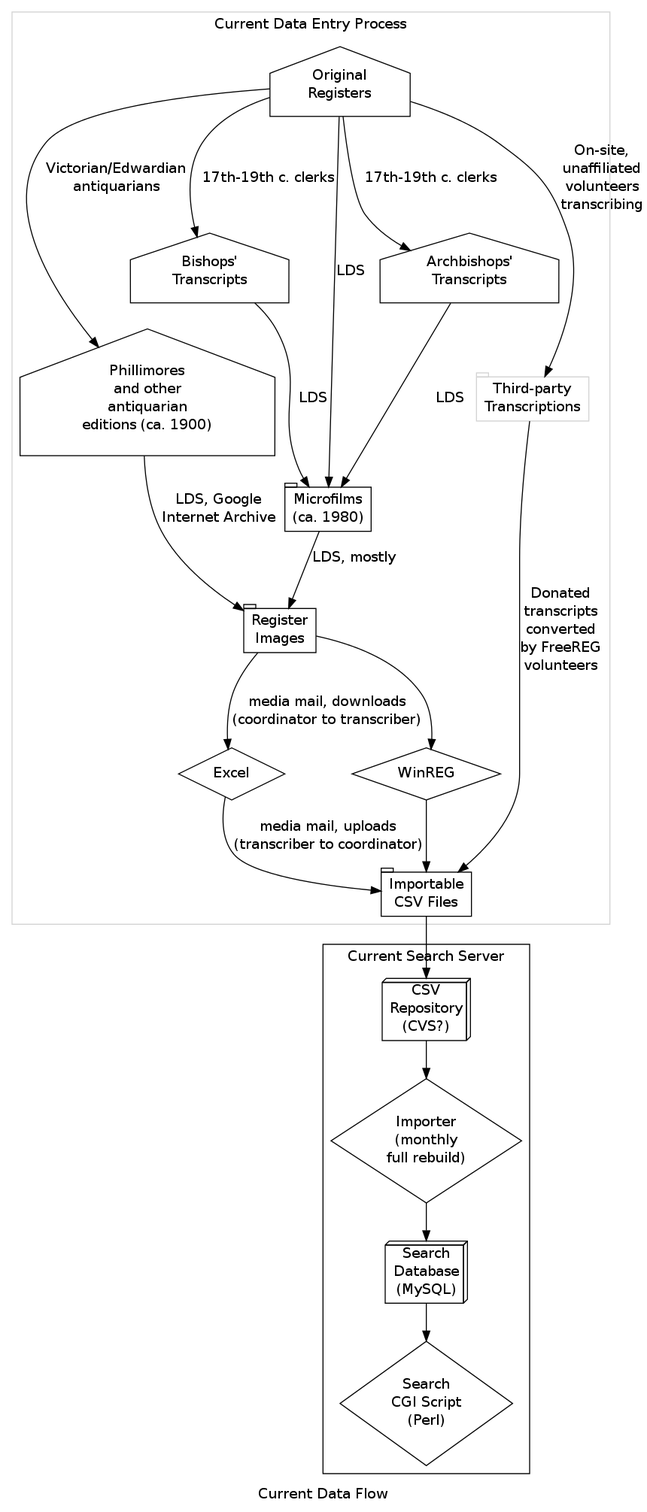
FreeUKGen/MyopicVicar keeps this Graphviz diagram as doc/design/data_flow/approach/current2.png. Above is the earlier version. Its source is kept beside it as doc/design/data_flow/approach/current2.dot.
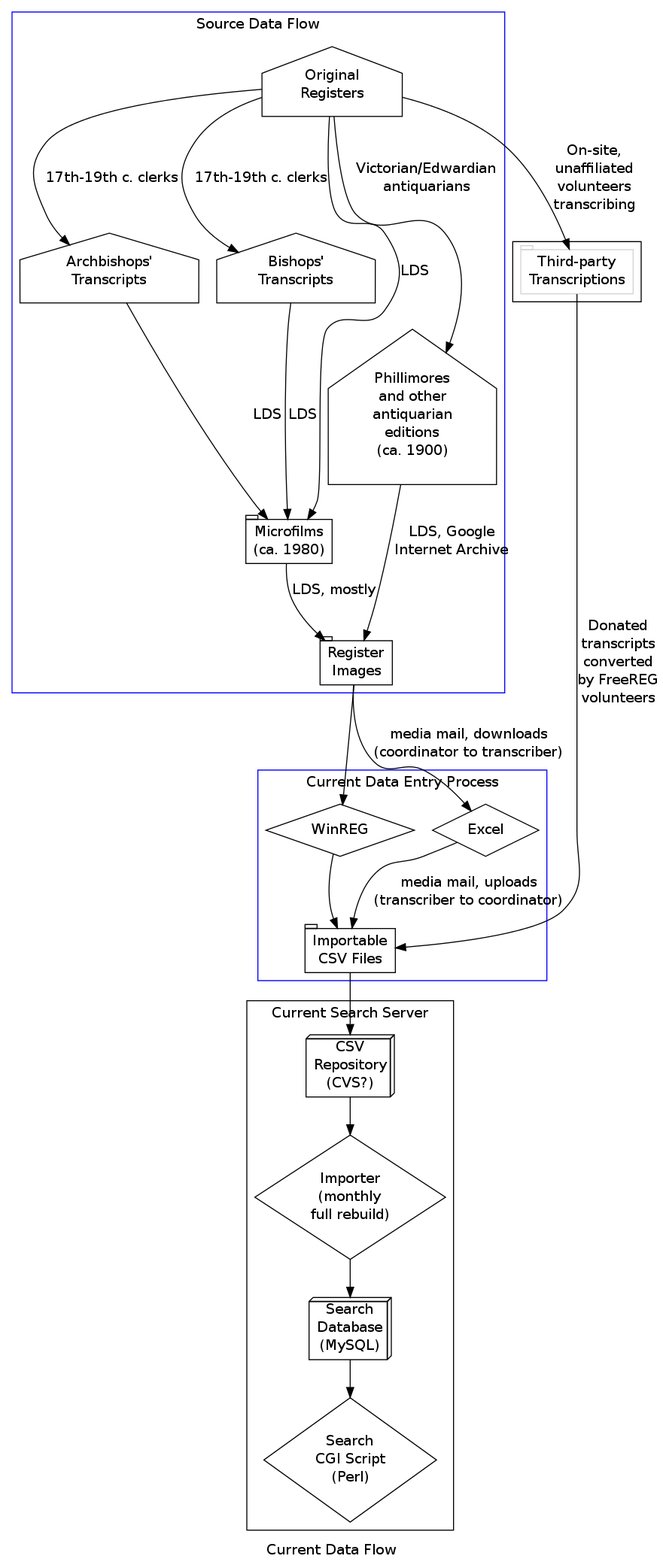
The same file after the commit.

Commit message:
Made dataflow more accurate

The edit, as a diff of the source:
```diff
@@ -3,14 +3,12 @@
 
 
 	subgraph cluster_2 {
-		color=lightgrey;
+		color=blue;
 
 		registers [label="Original\nRegisters",shape="house"];
 		bt_registers [label="Bishops'\nTranscripts",shape="house"];
 		at_registers [label="Archbishops'\nTranscripts",shape="house"];
-		phillimores [label="Phillimores\nand other\nantiquarian\neditions (ca. 1900)",shape="house"];
-		externaltranscripts [label="Third-party\nTranscriptions",shape="tab",color=lightgrey];
-		registers->externaltranscripts [label="On-site,\nunaffiliated\nvolunteers\ntranscribing"];
+		phillimores [label="Phillimores\nand other\nantiquarian\neditions\n(ca. 1900)",shape="house"];
 		registers->phillimores [label="Victorian/Edwardian\nantiquarians"];
 		registers->bt_registers [label="17th-19th c. clerks"];
 		registers->at_registers [label="17th-19th c. clerks"];
@@ -21,6 +19,17 @@
 		bt_registers->microfilms [label="LDS"];
 		at_registers->microfilms [label="LDS"];
 		registers->microfilms [label="LDS"];
+		label="Source Data Flow";
+	}
+
+	subgraph cluster_3 {
+		externaltranscripts [label="Third-party\nTranscriptions",shape="tab",color=lightgrey];
+		registers->externaltranscripts [label="On-site,\nunaffiliated\nvolunteers\ntranscribing"];
+		label="";
+	}
+
+	subgraph cluster_1 {
+		color=blue;
 
 		winreg [label="WinREG",shape="diamond"];
 		excel [label="Excel",shape="diamond"];
```
